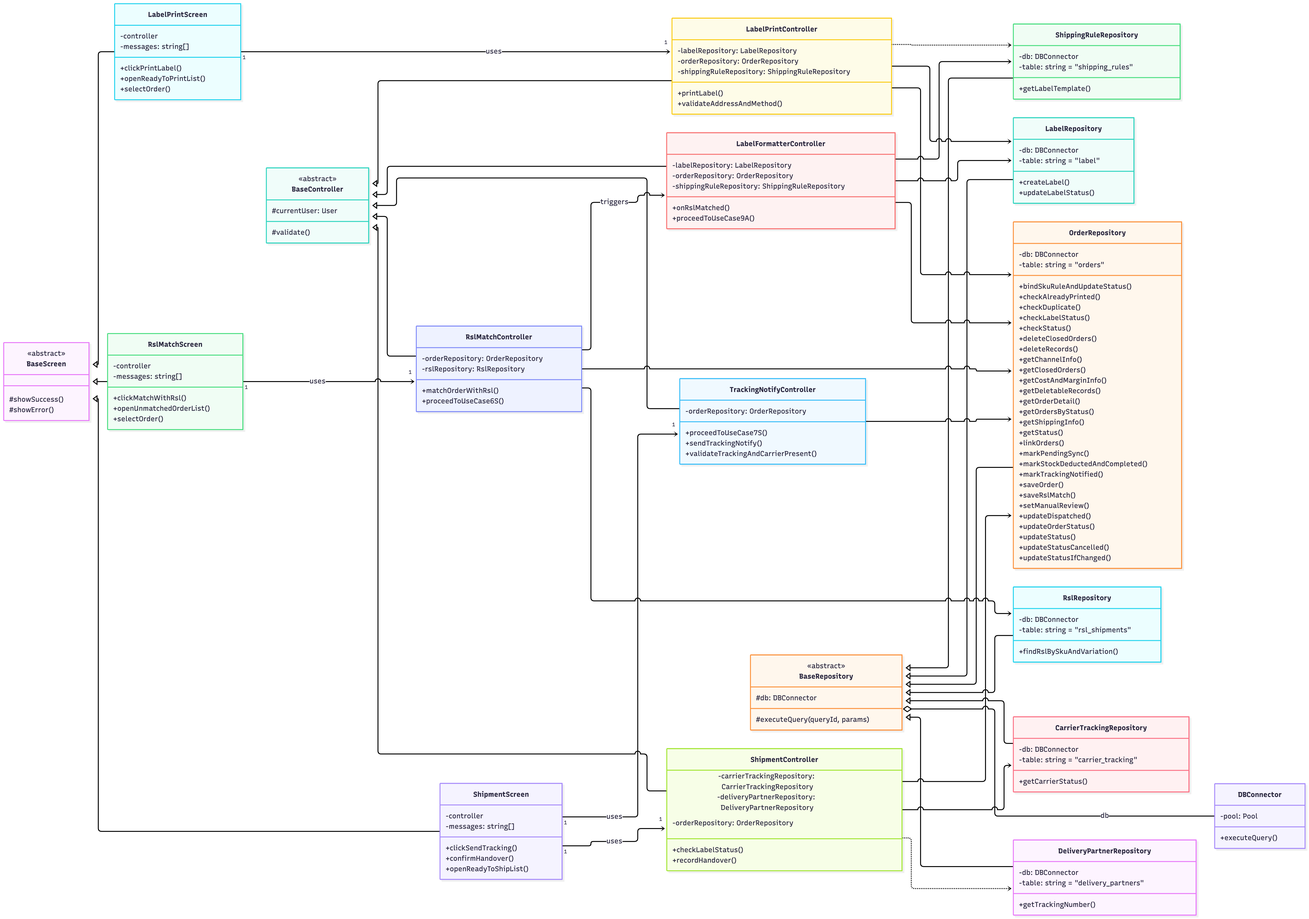
This is 04-chapter2-diagrams-database/diagrams/png/class-5.png from xbpkdi/321-sa-proj, a Mermaid export, as it was before one commit. Its source is kept beside it as 04-chapter2-diagrams-database/diagrams/src/class-5.mmd. Its diagram source:
```mermaid
%%{init: {'class': {'hideEmptyMembersBox': true}, 'themeVariables': {'fontSize': '15px'}}}%%
classDiagram
    direction LR
    class BaseScreen {
        <<abstract>>
        #showSuccess()
        #showError()
    }
    class BaseController {
        <<abstract>>
        #currentUser: User
        #validate()
    }
    class BaseRepository {
        <<abstract>>
        #db: DBConnector
        #executeQuery(queryId, params)
    }
    class LabelPrintScreen {
        -controller
        -messages: string[]
        +clickPrintLabel()
        +openReadyToPrintList()
        +selectOrder()
    }
    class RslMatchScreen {
        -controller
        -messages: string[]
        +clickMatchWithRsl()
        +openUnmatchedOrderList()
        +selectOrder()
    }
    class ShipmentScreen {
        -controller
        -messages: string[]
        +clickSendTracking()
        +confirmHandover()
        +openReadyToShipList()
    }
    class LabelFormatterController {
        -labelRepository: LabelRepository
        -orderRepository: OrderRepository
        -shippingRuleRepository: ShippingRuleRepository
        +onRslMatched()
        +proceedToUseCase9A()
    }
    class LabelPrintController {
        -labelRepository: LabelRepository
        -orderRepository: OrderRepository
        -shippingRuleRepository: ShippingRuleRepository
        +printLabel()
        +validateAddressAndMethod()
    }
    class RslMatchController {
        -orderRepository: OrderRepository
        -rslRepository: RslRepository
        +matchOrderWithRsl()
        +proceedToUseCase6S()
    }
    class ShipmentController {
        -carrierTrackingRepository: CarrierTrackingRepository
        -deliveryPartnerRepository: DeliveryPartnerRepository
        -orderRepository: OrderRepository
        +checkLabelStatus()
        +recordHandover()
    }
    class TrackingNotifyController {
        -orderRepository: OrderRepository
        +proceedToUseCase7S()
        +sendTrackingNotify()
        +validateTrackingAndCarrierPresent()
    }
    class CarrierTrackingRepository {
        -db: DBConnector
        -table: string = "carrier_tracking"
        +getCarrierStatus()
    }
    class DeliveryPartnerRepository {
        -db: DBConnector
        -table: string = "delivery_partners"
        +getTrackingNumber()
    }
    class LabelRepository {
        -db: DBConnector
        -table: string = "label"
        +createLabel()
        +updateLabelStatus()
    }
    class OrderRepository {
        -db: DBConnector
        -table: string = "orders"
        +bindSkuRuleAndUpdateStatus()
        +checkAlreadyPrinted()
        +checkDuplicate()
        +checkLabelStatus()
        +checkStatus()
        +deleteClosedOrders()
        +deleteRecords()
        +getChannelInfo()
        +getClosedOrders()
        +getCostAndMarginInfo()
        +getDeletableRecords()
        +getOrderDetail()
        +getOrdersByStatus()
        +getShippingInfo()
        +getStatus()
        +linkOrders()
        +markPendingSync()
        +markStockDeductedAndCompleted()
        +markTrackingNotified()
        +saveOrder()
        +saveRslMatch()
        +setManualReview()
        +updateDispatched()
        +updateOrderStatus()
        +updateStatus()
        +updateStatusCancelled()
        +updateStatusIfChanged()
    }
    class RslRepository {
        -db: DBConnector
        -table: string = "rsl_shipments"
        +findRslBySkuAndVariation()
    }
    class ShippingRuleRepository {
        -db: DBConnector
        -table: string = "shipping_rules"
        +getLabelTemplate()
    }
    class DBConnector {
        -pool: Pool
        +executeQuery()
    }
    BaseScreen <|-- LabelPrintScreen
    BaseScreen <|-- RslMatchScreen
    BaseScreen <|-- ShipmentScreen
    BaseController <|-- LabelFormatterController
    BaseController <|-- LabelPrintController
    BaseController <|-- RslMatchController
    BaseController <|-- ShipmentController
    BaseController <|-- TrackingNotifyController
    BaseRepository <|-- CarrierTrackingRepository
    BaseRepository <|-- DeliveryPartnerRepository
    BaseRepository <|-- LabelRepository
    BaseRepository <|-- OrderRepository
    BaseRepository <|-- RslRepository
    BaseRepository <|-- ShippingRuleRepository
    BaseRepository o-- DBConnector : db
    LabelPrintScreen "1" --> "1" LabelPrintController : uses
    RslMatchScreen "1" --> "1" RslMatchController : uses
    ShipmentScreen "1" --> "1" ShipmentController : uses
    ShipmentScreen "1" --> "1" TrackingNotifyController : uses
    LabelFormatterController ..> LabelRepository
    LabelFormatterController ..> OrderRepository
    LabelFormatterController ..> ShippingRuleRepository
    LabelPrintController ..> LabelRepository
    LabelPrintController ..> OrderRepository
    LabelPrintController ..> ShippingRuleRepository
    RslMatchController ..> LabelFormatterController : triggers
    RslMatchController ..> OrderRepository
    RslMatchController ..> RslRepository
    ShipmentController ..> CarrierTrackingRepository
    ShipmentController ..> DeliveryPartnerRepository
    ShipmentController ..> OrderRepository
    TrackingNotifyController ..> OrderRepository
```
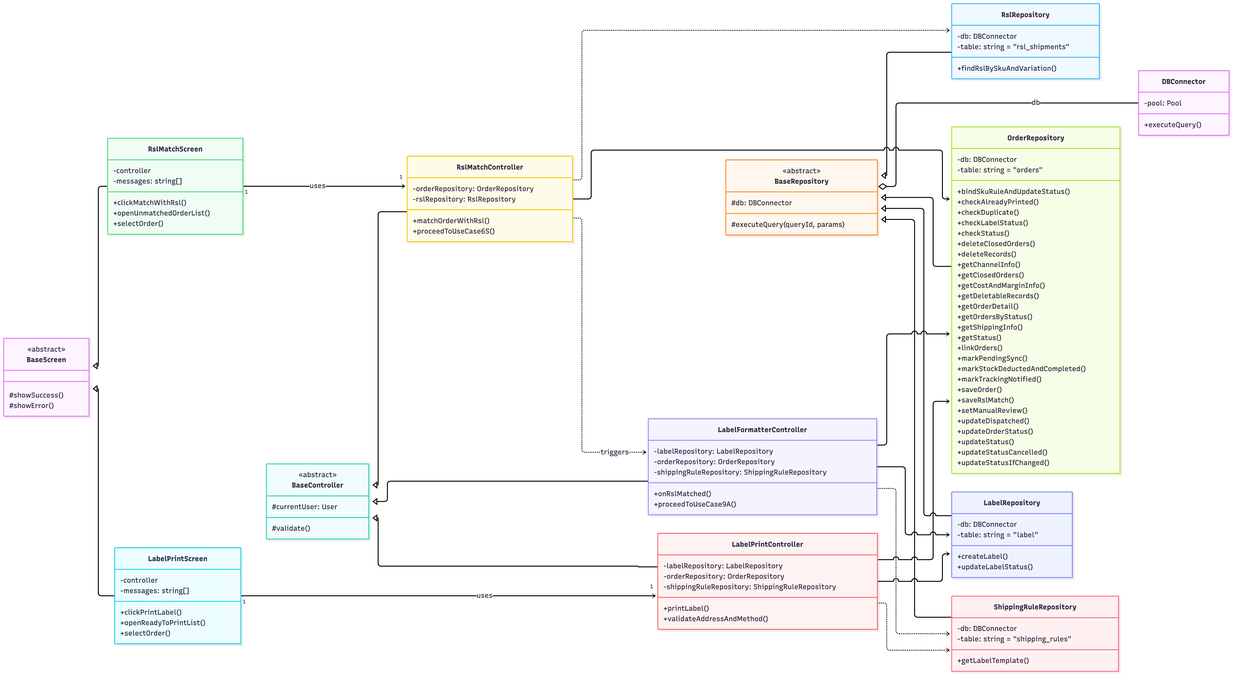
Later version of the same file.

Diff of the diagram source:
```diff
@@ -30,13 +30,6 @@
         +openUnmatchedOrderList()
         +selectOrder()
     }
-    class ShipmentScreen {
-        -controller
-        -messages: string[]
-        +clickSendTracking()
-        +confirmHandover()
-        +openReadyToShipList()
-    }
     class LabelFormatterController {
         -labelRepository: LabelRepository
         -orderRepository: OrderRepository
@@ -56,29 +49,6 @@
         -rslRepository: RslRepository
         +matchOrderWithRsl()
         +proceedToUseCase6S()
-    }
-    class ShipmentController {
-        -carrierTrackingRepository: CarrierTrackingRepository
-        -deliveryPartnerRepository: DeliveryPartnerRepository
-        -orderRepository: OrderRepository
-        +checkLabelStatus()
-        +recordHandover()
-    }
-    class TrackingNotifyController {
-        -orderRepository: OrderRepository
-        +proceedToUseCase7S()
-        +sendTrackingNotify()
-        +validateTrackingAndCarrierPresent()
-    }
-    class CarrierTrackingRepository {
-        -db: DBConnector
-        -table: string = "carrier_tracking"
-        +getCarrierStatus()
-    }
-    class DeliveryPartnerRepository {
-        -db: DBConnector
-        -table: string = "delivery_partners"
-        +getTrackingNumber()
     }
     class LabelRepository {
         -db: DBConnector
@@ -133,14 +103,9 @@
     }
     BaseScreen <|-- LabelPrintScreen
     BaseScreen <|-- RslMatchScreen
-    BaseScreen <|-- ShipmentScreen
     BaseController <|-- LabelFormatterController
     BaseController <|-- LabelPrintController
     BaseController <|-- RslMatchController
-    BaseController <|-- ShipmentController
-    BaseController <|-- TrackingNotifyController
-    BaseRepository <|-- CarrierTrackingRepository
-    BaseRepository <|-- DeliveryPartnerRepository
     BaseRepository <|-- LabelRepository
     BaseRepository <|-- OrderRepository
     BaseRepository <|-- RslRepository
@@ -148,8 +113,6 @@
     BaseRepository o-- DBConnector : db
     LabelPrintScreen "1" --> "1" LabelPrintController : uses
     RslMatchScreen "1" --> "1" RslMatchController : uses
-    ShipmentScreen "1" --> "1" ShipmentController : uses
-    ShipmentScreen "1" --> "1" TrackingNotifyController : uses
     LabelFormatterController ..> LabelRepository
     LabelFormatterController ..> OrderRepository
     LabelFormatterController ..> ShippingRuleRepository
@@ -159,7 +122,3 @@
     RslMatchController ..> LabelFormatterController : triggers
     RslMatchController ..> OrderRepository
     RslMatchController ..> RslRepository
-    ShipmentController ..> CarrierTrackingRepository
-    ShipmentController ..> DeliveryPartnerRepository
-    ShipmentController ..> OrderRepository
-    TrackingNotifyController ..> OrderRepository
```
